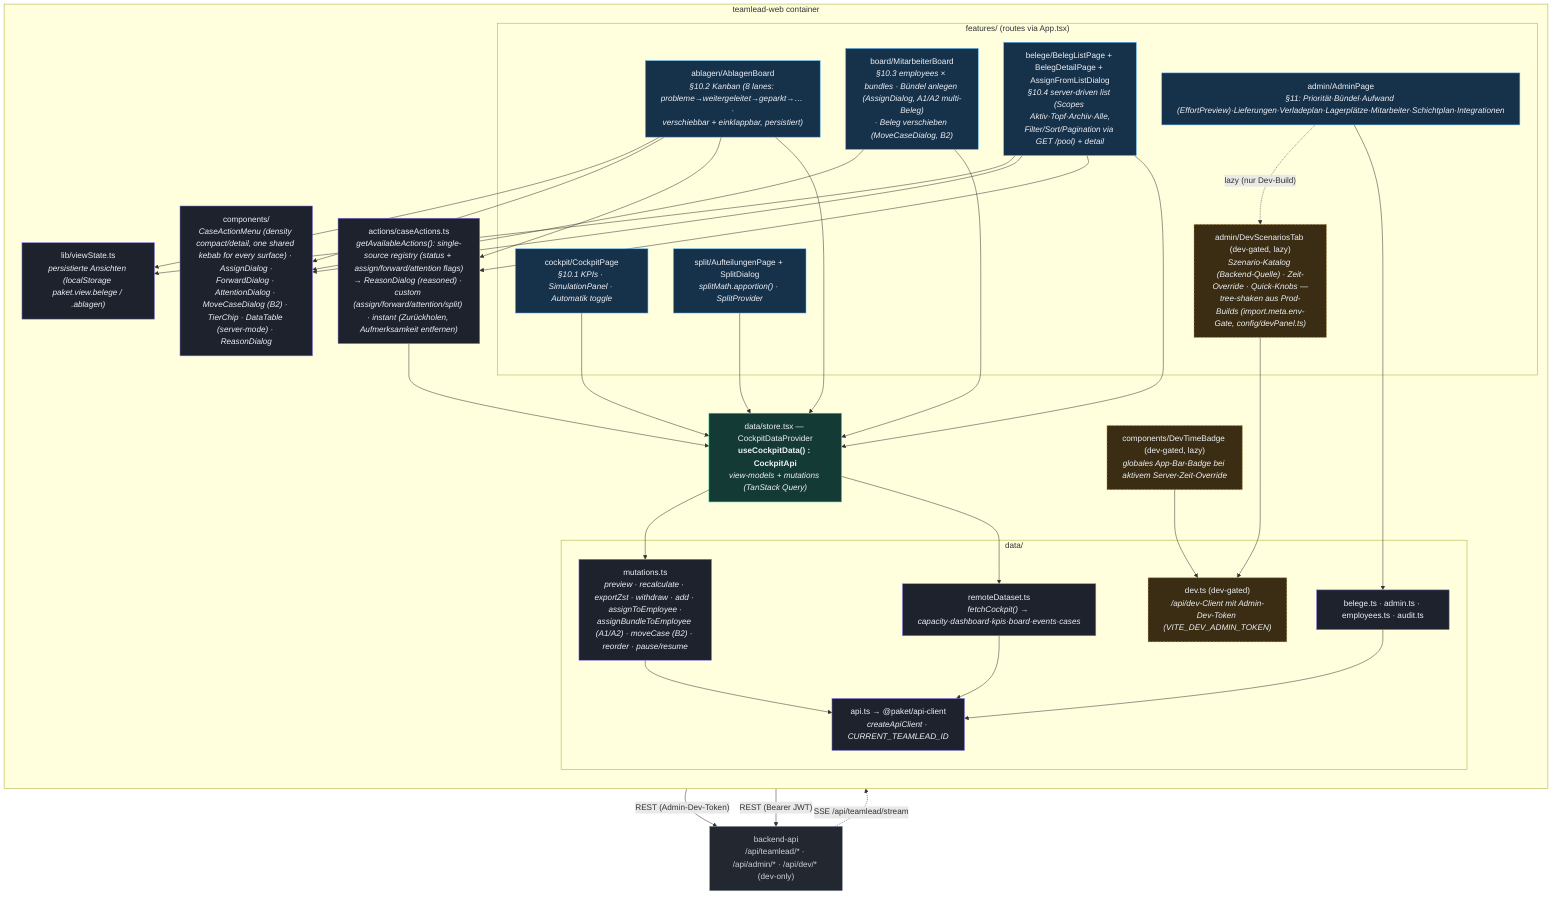
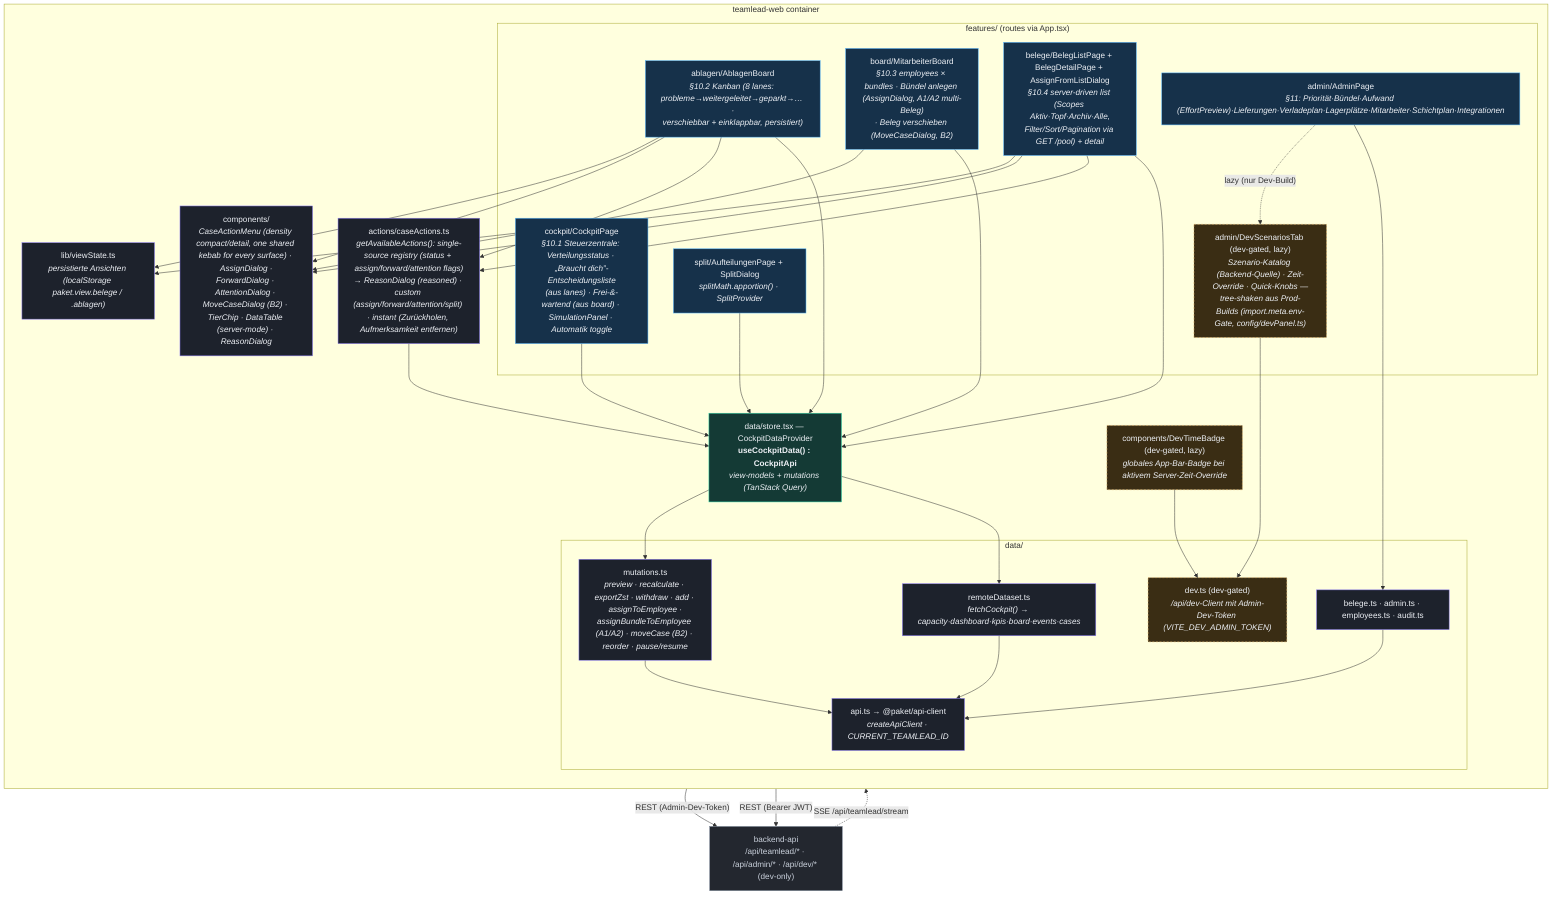
%% C4 Level 3 — Components: teamlead-web (React + Vite + MUI, TanStack Query)
%% Verified against apps/teamlead-web/src/* (features/, data/, actions/, components/).
flowchart TB
    classDef feat fill:#16314a,stroke:#56b6ff,color:#eef1f6;
    classDef store fill:#143a35,stroke:#2dd4a7,color:#eef1f6;
    classDef logic fill:#1d222c,stroke:#8b7cf6,color:#eef1f6;
    classDef ext fill:#23272f,stroke:#7c8696,color:#cbd2dd;
    classDef dev fill:#3a2d14,stroke:#e5b567,color:#eef1f6,stroke-dasharray:4 3;

    api["backend-api<br/>/api/teamlead/* · /api/admin/* · /api/dev/* (dev-only)"]:::ext

    subgraph web["teamlead-web container"]
        direction TB
        subgraph features["features/ (routes via App.tsx)"]
-             cockpit["cockpit/CockpitPage<br/><i>§10.1 KPIs · SimulationPanel · Automatik toggle</i>"]:::feat
+             cockpit["cockpit/CockpitPage<br/><i>§10.1 Steuerzentrale: Verteilungsstatus · „Braucht dich”-Entscheidungsliste<br/>(aus lanes) · Frei-&amp;-wartend (aus board) · SimulationPanel · Automatik toggle</i>"]:::feat
            ablagen["ablagen/AblagenBoard<br/><i>§10.2 Kanban (8 lanes: probleme→weitergeleitet→geparkt→… ·<br/>verschiebbar + einklappbar, persistiert)</i>"]:::feat
            board["board/MitarbeiterBoard<br/><i>§10.3 employees × bundles · Bündel anlegen (AssignDialog, A1/A2 multi-Beleg)<br/>· Beleg verschieben (MoveCaseDialog, B2)</i>"]:::feat
            belege["belege/BelegListPage + BelegDetailPage + AssignFromListDialog<br/><i>§10.4 server-driven list (Scopes Aktiv·Topf·Archiv·Alle,<br/>Filter/Sort/Pagination via GET /pool) + detail</i>"]:::feat
            split["split/AufteilungenPage + SplitDialog<br/><i>splitMath.apportion() · SplitProvider</i>"]:::feat
            admin["admin/AdminPage<br/><i>§11: Priorität·Bündel·Aufwand (EffortPreview)·Lieferungen·Verladeplan·Lagerplätze·Mitarbeiter·Schichtplan·Integrationen</i>"]:::feat
            devtab["admin/DevScenariosTab (dev-gated, lazy)<br/><i>Szenario-Katalog (Backend-Quelle) · Zeit-Override · Quick-Knobs —<br/>tree-shaken aus Prod-Builds (import.meta.env-Gate, config/devPanel.ts)</i>"]:::dev
        end
        devbadge["components/DevTimeBadge (dev-gated, lazy)<br/><i>globales App-Bar-Badge bei aktivem Server-Zeit-Override</i>"]:::dev
        store["data/store.tsx — CockpitDataProvider<br/><b>useCockpitData() : CockpitApi</b><br/><i>view-models + mutations (TanStack Query)</i>"]:::store
        subgraph datal["data/"]
            remote["remoteDataset.ts<br/><i>fetchCockpit() → capacity·dashboard·kpis·board·events·cases</i>"]:::logic
            belegeData["belege.ts · admin.ts · employees.ts · audit.ts"]:::logic
            devData["dev.ts (dev-gated)<br/><i>/api/dev-Client mit Admin-Dev-Token (VITE_DEV_ADMIN_TOKEN)</i>"]:::dev
            mutations["mutations.ts<br/><i>preview · recalculate · exportZst · withdraw · add · assignToEmployee ·<br/>assignBundleToEmployee (A1/A2) · moveCase (B2) · reorder · pause/resume</i>"]:::logic
            apiClient["api.ts → @paket/api-client<br/><i>createApiClient · CURRENT_TEAMLEAD_ID</i>"]:::logic
        end
        actions["actions/caseActions.ts<br/><i>getAvailableActions(): single-source registry (status + assign/forward/attention flags)<br/>→ ReasonDialog (reasoned) · custom (assign/forward/attention/split) · instant (Zurückholen, Aufmerksamkeit entfernen)</i>"]:::logic
        shared["components/<br/><i>CaseActionMenu (density compact/detail, one shared kebab for every surface) · AssignDialog ·<br/>ForwardDialog · AttentionDialog · MoveCaseDialog (B2) · TierChip · DataTable (server-mode) · ReasonDialog</i>"]:::logic
        viewState["lib/viewState.ts<br/><i>persistierte Ansichten (localStorage paket.view.belege / .ablagen)</i>"]:::logic
    end

    cockpit --> store
    ablagen --> store
    board --> store
    belege --> store
    split --> store
    admin --> belegeData
    admin -. "lazy (nur Dev-Build)" .-> devtab
    devtab --> devData
    devbadge --> devData
    devData -->|"REST (Admin-Dev-Token)"| api
    ablagen --> actions
    belege --> actions
    actions --> store
    board --> shared
    ablagen --> shared
    belege --> shared
    ablagen --> viewState
    belege --> viewState
    store --> remote
    store --> mutations
    remote --> apiClient
    mutations --> apiClient
    belegeData --> apiClient
    apiClient -->|"REST (Bearer JWT)"| api
    api -. "SSE /api/teamlead/stream" .-> store
